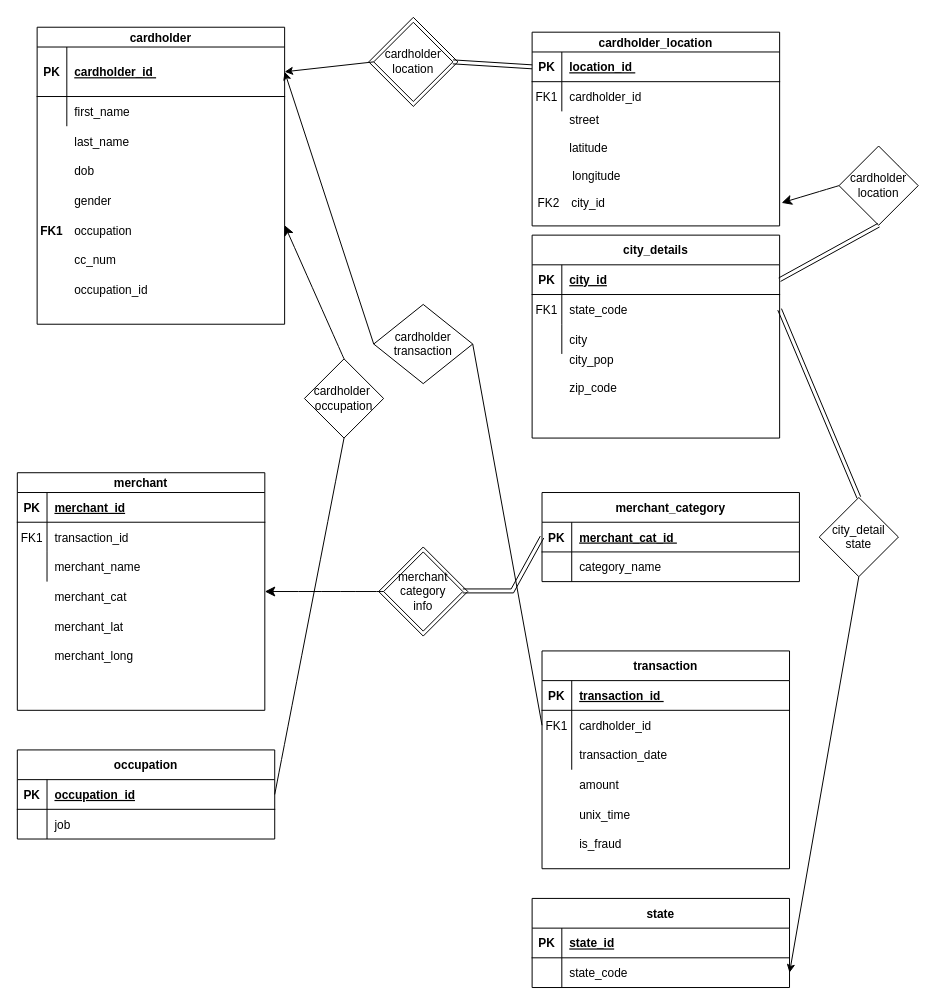
Before: ERDiagram.drawio.xml in COP3710CreditCardFraudDetection/CCFraudDetectionDB, a draw.io diagram. Source tidied: cells renumbered, new cells numbered last; positions are measured from the earlier drawing's top-left corner, leaving out a move shared by most shapes. Both pictures are drawn from the tidied source at 99%, with x=0, y=0 at pixel (17, 17).
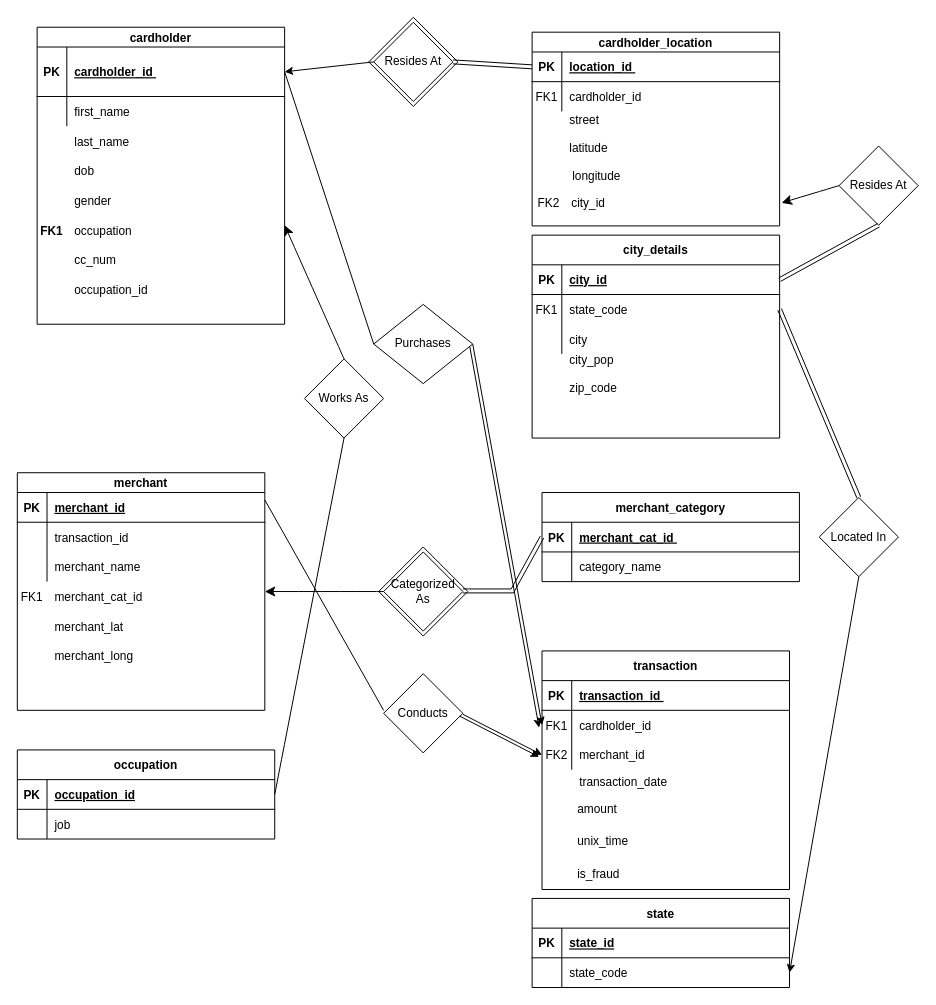
The same diagram, later.

Commit message (it also covers changes not shown here):
Made finalizations before final submission. Added comments to the queries in sql and ipynb files, adjusted both diagrams to be more accurate to the standard.

Unchanged cells that the change refers to:
```xml
<mxCell id="13" style="group;" parent="11" vertex="1">
  <mxGeometry width="250" height="240" as="geometry" />
</mxCell>
<mxCell id="17" value="merchant_id" style="shape=partialRectangle;overflow=hidden;fillColor=none;top=0;left=0;bottom=0;right=0;align=left;spacingLeft=6;fontStyle=5;" parent="15" vertex="1">
  <mxGeometry x="30" width="220" height="30" as="geometry" />
</mxCell>
<mxCell id="18" style="shape=partialRectangle;fillColor=none;top=0;left=0;right=0;bottom=0;" parent="14" vertex="1">
  <mxGeometry y="50" width="250" height="30" as="geometry" />
</mxCell>
<mxCell id="36" style="shape=partialRectangle;fillColor=none;points=[[0,0.5],[1,0.5]];portConstraint=eastwest;top=0;left=0;right=0;bottom=1;" parent="35" vertex="1">
  <mxGeometry y="20" width="250" height="50" as="geometry" />
</mxCell>
<mxCell id="84" style="shape=partialRectangle;fillColor=none;points=[[0,0.5],[1,0.5]];portConstraint=eastwest;top=0;left=0;right=0;bottom=0;" parent="80" vertex="1">
  <mxGeometry y="60" width="250" height="30" as="geometry" />
</mxCell>
<mxCell id="87" style="shape=partialRectangle;fillColor=none;points=[[0,0.5],[1,0.5]];portConstraint=eastwest;top=0;left=0;right=0;bottom=0;" parent="80" vertex="1">
  <mxGeometry y="90" width="250" height="30" as="geometry" />
</mxCell>
```

Change to the diagram source:
```diff
@@
-<mxGraphModel>
+<mxGraphModel background="light-dark(#FFFFFF,#2D2D2D)">
@@
-    <mxCell id="19" value="FK1" style="shape=partialRectangle;overflow=hidden;fillColor=none;top=0;left=0;bottom=0;right=0;" parent="18" vertex="1">
+    <mxCell id="19" style="shape=partialRectangle;overflow=hidden;fillColor=none;top=0;left=0;bottom=0;right=0;" parent="18" vertex="1">
       <mxGeometry width="30" height="30" as="geometry" />
     </mxCell>
@@
-    <mxCell id="24" value="merchant_cat " style="shape=partialRectangle;overflow=hidden;fillColor=none;top=0;left=0;bottom=0;right=0;align=left;spacingLeft=6;" parent="13" vertex="1">
+    <mxCell id="24" value="merchant_cat_id " style="shape=partialRectangle;overflow=hidden;fillColor=none;top=0;left=0;bottom=0;right=0;align=left;spacingLeft=6;" parent="13" vertex="1">
       <mxGeometry x="30" y="110" width="210" height="30" as="geometry" />
     </mxCell>
@@
+    <mxCell id="119" value="FK1" style="shape=partialRectangle;overflow=hidden;fillColor=none;top=0;left=0;bottom=0;right=0;" parent="13" vertex="1">
+      <mxGeometry y="110" width="30" height="30" as="geometry" />
+    </mxCell>
@@
     <mxCell id="79" style="group;" parent="1" vertex="1">
-      <mxGeometry x="530" y="640" width="250" height="220" as="geometry" />
+      <mxGeometry x="530" y="640" width="250" height="241" as="geometry" />
     </mxCell>
     <mxCell id="80" value="transaction" style="shape=table;startSize=30;childLayout=tableLayout;rowLines=0;fontStyle=1;align=center;" parent="79" vertex="1">
-      <mxGeometry width="250" height="220" as="geometry" />
+      <mxGeometry width="250" height="241" as="geometry" />
     </mxCell>
@@
-    <mxCell id="88" style="shape=partialRectangle;overflow=hidden;fillColor=none;top=0;left=0;bottom=0;right=0;" parent="87" vertex="1">
+    <mxCell id="88" value="FK2" style="shape=partialRectangle;overflow=hidden;fillColor=none;top=0;left=0;bottom=0;right=0;" parent="87" vertex="1">
       <mxGeometry width="30" height="30" as="geometry" />
     </mxCell>
-    <mxCell id="89" value="transaction_date " style="shape=partialRectangle;overflow=hidden;fillColor=none;top=0;left=0;bottom=0;right=0;align=left;spacingLeft=6;" parent="87" vertex="1">
+    <mxCell id="89" value="merchant_id" style="shape=partialRectangle;overflow=hidden;fillColor=none;top=0;left=0;bottom=0;right=0;align=left;spacingLeft=6;" parent="87" vertex="1">
       <mxGeometry x="30" width="220" height="30" as="geometry" />
     </mxCell>
     <mxCell id="90" value="amount " style="shape=partialRectangle;overflow=hidden;fillColor=none;top=0;left=0;bottom=0;right=0;align=left;spacingLeft=6;" parent="79" vertex="1">
-      <mxGeometry x="30" y="120" width="220" height="30" as="geometry" />
+      <mxGeometry x="28" y="142.4" width="220" height="32.9" as="geometry" />
     </mxCell>
     <mxCell id="91" value="unix_time " style="shape=partialRectangle;overflow=hidden;fillColor=none;top=0;left=0;bottom=0;right=0;align=left;spacingLeft=6;" parent="79" vertex="1">
-      <mxGeometry x="30" y="150" width="220" height="30" as="geometry" />
+      <mxGeometry x="28" y="175.3" width="220" height="32.9" as="geometry" />
     </mxCell>
     <mxCell id="92" value="is_fraud " style="shape=partialRectangle;overflow=hidden;fillColor=none;top=0;left=0;bottom=0;right=0;align=left;spacingLeft=6;" parent="79" vertex="1">
-      <mxGeometry x="30" y="180" width="220" height="30" as="geometry" />
+      <mxGeometry x="28" y="208.1" width="220" height="32.9" as="geometry" />
     </mxCell>
+    <mxCell id="120" value="transaction_date" style="shape=partialRectangle;overflow=hidden;fillColor=none;top=0;left=0;bottom=0;right=0;align=left;spacingLeft=6;" parent="79" vertex="1">
+      <mxGeometry x="30" y="116" width="220" height="32.9" as="geometry" />
+    </mxCell>
@@
-    <mxCell id="100" value="cardholder&lt;div&gt;location&lt;/div&gt;" style="rhombus;whiteSpace=wrap;html=1;" parent="1" vertex="1">
+    <mxCell id="100" value="Resides At" style="rhombus;whiteSpace=wrap;html=1;" parent="1" vertex="1">
       <mxGeometry x="360" y="5" width="80" height="80" as="geometry" />
     </mxCell>
-    <mxCell id="101" value="cardholder&lt;div&gt;transaction&lt;/div&gt;" style="rhombus;whiteSpace=wrap;html=1;" parent="1" vertex="1">
+    <mxCell id="101" value="Purchases" style="rhombus;whiteSpace=wrap;html=1;" parent="1" vertex="1">
       <mxGeometry x="360" y="290" width="100" height="80" as="geometry" />
     </mxCell>
-    <mxCell id="102" value="merchant&lt;div&gt;category&lt;/div&gt;&lt;div&gt;info&lt;/div&gt;" style="rhombus;whiteSpace=wrap;html=1;" parent="1" vertex="1">
+    <mxCell id="102" value="Categorized As" style="rhombus;whiteSpace=wrap;html=1;" parent="1" vertex="1">
       <mxGeometry x="370" y="540" width="80" height="80" as="geometry" />
     </mxCell>
-    <mxCell id="103" value="cardholder&amp;nbsp;&lt;div&gt;occupation&lt;/div&gt;" style="rhombus;whiteSpace=wrap;html=1;" parent="1" vertex="1">
+    <mxCell id="103" value="Works As" style="rhombus;whiteSpace=wrap;html=1;" parent="1" vertex="1">
       <mxGeometry x="290" y="345" width="80" height="80" as="geometry" />
     </mxCell>
@@
-    <mxCell id="106" value="cardholder&lt;div&gt;location&lt;/div&gt;" style="rhombus;whiteSpace=wrap;html=1;" parent="1" vertex="1">
+    <mxCell id="106" value="Resides At" style="rhombus;whiteSpace=wrap;html=1;" parent="1" vertex="1">
       <mxGeometry x="830" y="130" width="80" height="80" as="geometry" />
     </mxCell>
-    <mxCell id="107" value="city_detail&lt;div&gt;state&lt;/div&gt;" style="rhombus;whiteSpace=wrap;html=1;" parent="1" vertex="1">
+    <mxCell id="107" value="Located In" style="rhombus;whiteSpace=wrap;html=1;" parent="1" vertex="1">
       <mxGeometry x="810" y="485" width="80" height="80" as="geometry" />
     </mxCell>
@@
-    <mxCell id="111" style="endArrow=classic;html=1;rounded=0;exitX=0;exitY=0.5;exitDx=0;exitDy=0;entryX=1;entryY=0.5;entryDx=0;entryDy=0;" parent="1" edge="1" source="101" target="36">
+    <mxCell id="111" style="endArrow=none;html=1;rounded=0;exitX=0;exitY=0.5;exitDx=0;exitDy=0;entryX=1;entryY=0.5;entryDx=0;entryDy=0;startFill=0;" parent="1" edge="1" source="101" target="36">
       <mxGeometry relative="1" as="geometry" />
     </mxCell>
-    <mxCell id="112" style="endArrow=none;html=1;rounded=0;entryX=0;entryY=0.5;entryDx=0;entryDy=0;exitX=1;exitY=0.5;exitDx=0;exitDy=0;" parent="1" edge="1" source="101" target="84">
+    <mxCell id="112" style="endArrow=classic;html=1;rounded=0;entryX=0;entryY=0.5;entryDx=0;entryDy=0;exitX=1;exitY=0.5;exitDx=0;exitDy=0;endFill=1;" parent="1" edge="1" source="101" target="84">
       <mxGeometry relative="1" as="geometry" />
     </mxCell>
@@
+    <mxCell id="121" style="endArrow=classic;html=1;rounded=0;entryX=0;entryY=0.5;entryDx=0;entryDy=0;exitX=1;exitY=0.5;exitDx=0;exitDy=0;endFill=1;" parent="1" edge="1">
+      <mxGeometry relative="1" as="geometry">
+        <mxPoint x="457" y="332.5" as="sourcePoint" />
+        <mxPoint x="527" y="717.5" as="targetPoint" />
+      </mxGeometry>
+    </mxCell>
+    <mxCell id="122" value="Conducts" style="rhombus;whiteSpace=wrap;html=1;" parent="1" vertex="1">
+      <mxGeometry x="370" y="663" width="80" height="80" as="geometry" />
+    </mxCell>
+    <mxCell id="123" style="endArrow=classic;html=1;rounded=0;entryX=0;entryY=0.5;entryDx=0;entryDy=0;" parent="1" edge="1" target="87">
+      <mxGeometry relative="1" as="geometry">
+        <mxPoint x="450" y="704" as="sourcePoint" />
+      </mxGeometry>
+    </mxCell>
+    <mxCell id="124" style="endArrow=classic;html=1;rounded=0;entryX=0;entryY=0.5;entryDx=0;entryDy=0;" parent="1" edge="1">
+      <mxGeometry relative="1" as="geometry">
+        <mxPoint x="447" y="706" as="sourcePoint" />
+        <mxPoint x="527" y="747" as="targetPoint" />
+      </mxGeometry>
+    </mxCell>
+    <mxCell id="125" style="endArrow=none;html=1;rounded=0;entryX=0;entryY=0.463;entryDx=0;entryDy=0;entryPerimeter=0;exitX=1;exitY=0.25;exitDx=0;exitDy=0;startFill=0;" parent="1" edge="1" source="17" target="122">
+      <mxGeometry relative="1" as="geometry" />
+    </mxCell>
```
